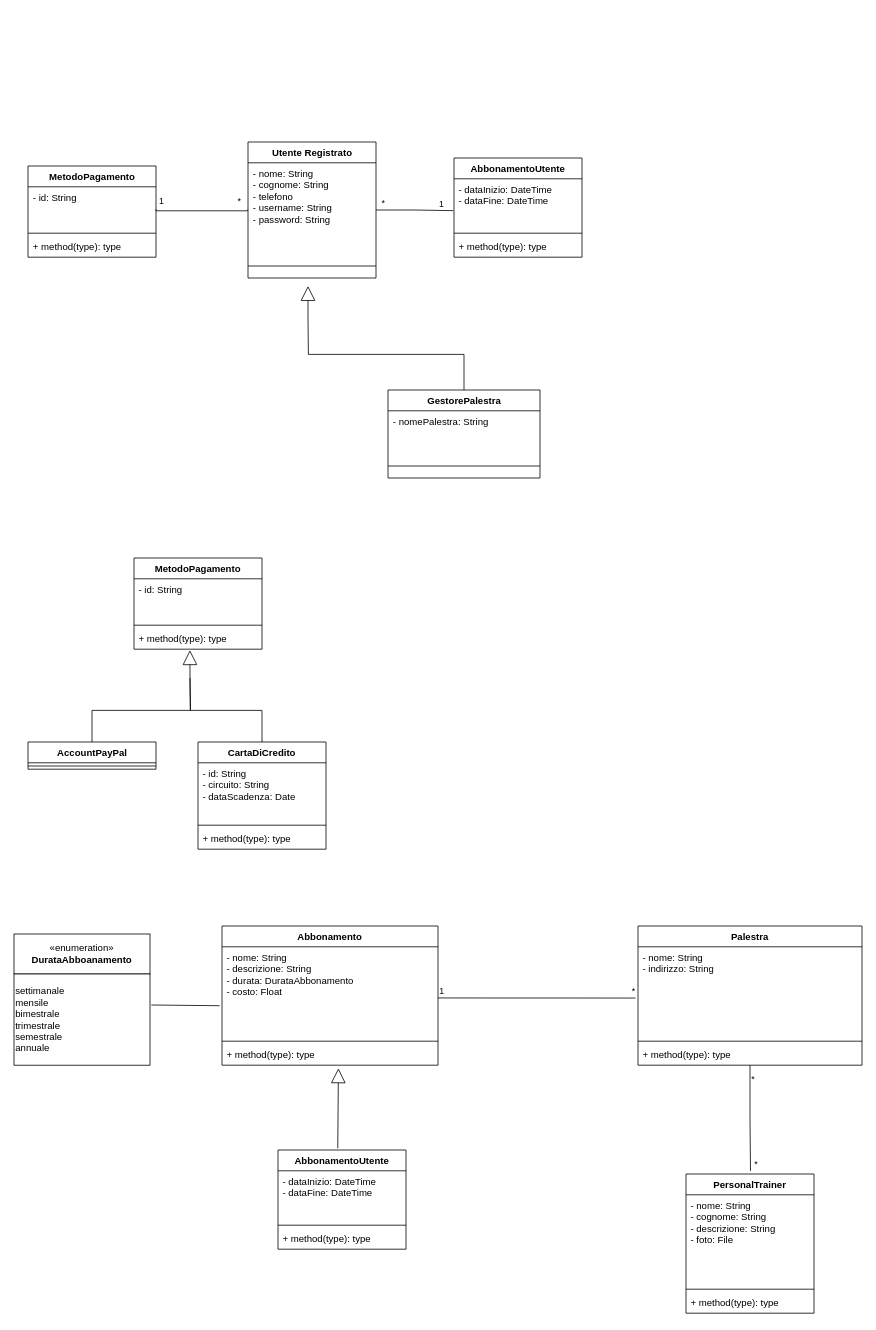
Above: Diagrammi_UML/Utente.drawio in JosephBoom02/Progetto_Ingegneria_del_Software (draw.io), before the change. Source tidied: cells renumbered, new cells numbered last; positions are measured from the earlier drawing's top-left corner, leaving out a move shared by most shapes. Both pictures are drawn from the tidied source at 80%, with x=0, y=0 at pixel (14, 142).
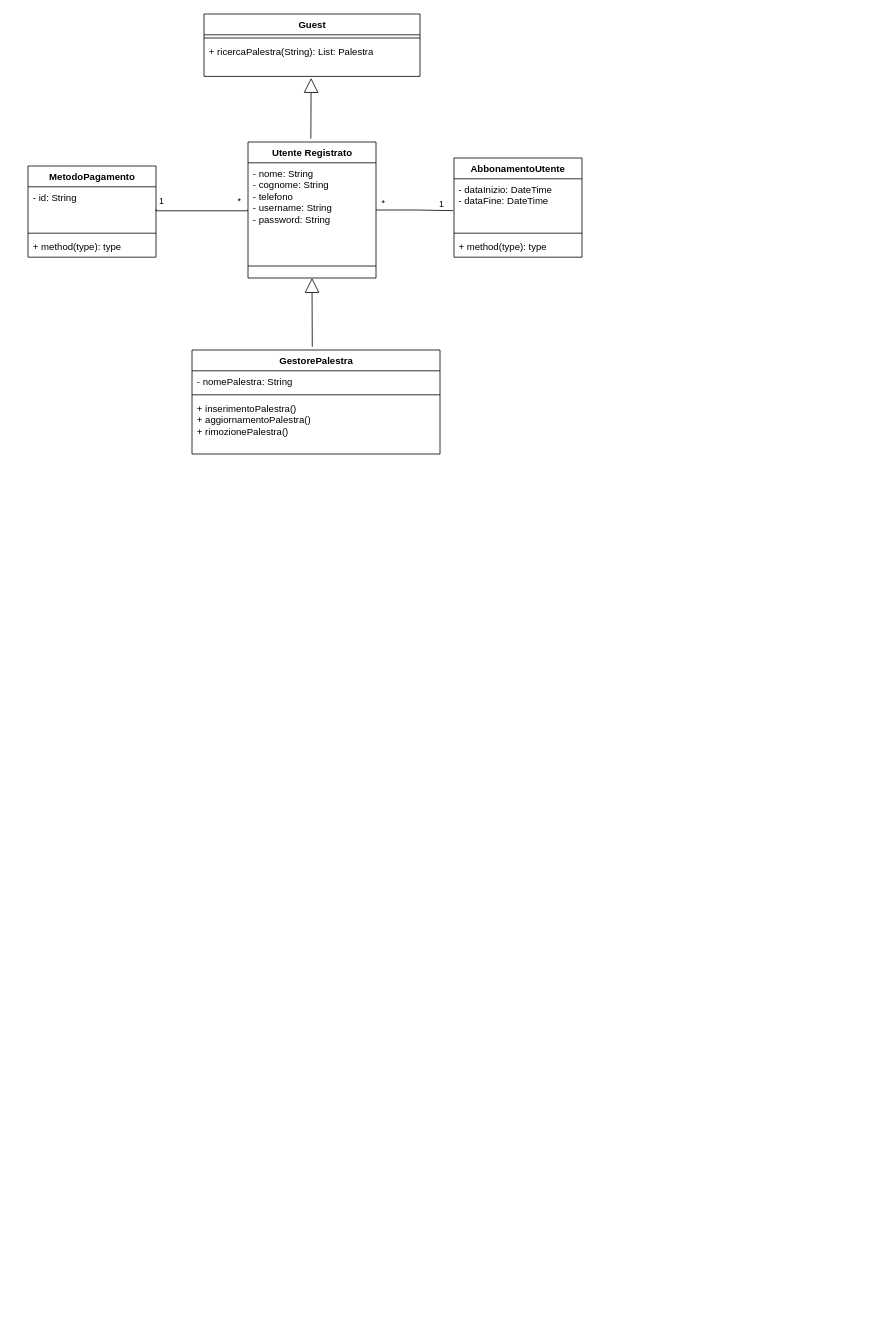
The same page after the edit.

Unchanged cells that the change refers to:
```xml
<mxCell id="2" value="Utente Registrato" style="swimlane;fontStyle=1;align=center;verticalAlign=top;horizontal=1;startSize=26;whiteSpace=wrap;html=1;" parent="1" vertex="1">
  <mxGeometry x="292.5" width="160" height="170" as="geometry" />
</mxCell>
```

Diff of the diagram source:
```diff
@@
-    <mxCell id="5" value="GestorePalestra" style="swimlane;fontStyle=1;align=center;verticalAlign=top;horizontal=1;startSize=26;whiteSpace=wrap;html=1;" parent="1" vertex="1">
-      <mxGeometry x="467.5" y="310" width="190" height="110" as="geometry" />
-    </mxCell>
-    <mxCell id="6" value="- nomePalestra: String&lt;br&gt;&lt;div&gt;&lt;br&gt; &lt;/div&gt;" style="text;strokeColor=none;fillColor=none;align=left;verticalAlign=top;spacingLeft=4;spacingRight=4;overflow=hidden;whiteSpace=wrap;html=1;" parent="5" vertex="1">
-      <mxGeometry y="26" width="190" height="54" as="geometry" />
-    </mxCell>
-    <mxCell id="7" style="line;strokeWidth=1;fillColor=none;align=left;verticalAlign=middle;spacingTop=-1;spacingLeft=3;spacingRight=3;labelPosition=right;strokeColor=inherit;" parent="5" vertex="1">
-      <mxGeometry y="80" width="190" height="30" as="geometry" />
-    </mxCell>
-    <mxCell id="8" style="endArrow=none;html=1;rounded=0;edgeStyle=orthogonalEdgeStyle;exitX=0.5;exitY=0;exitDx=0;exitDy=0;" parent="1" edge="1" source="5">
-      <mxGeometry relative="1" as="geometry">
-        <mxPoint x="367.5" y="220" as="targetPoint" />
-      </mxGeometry>
-    </mxCell>
-    <mxCell id="9" style="endArrow=block;endSize=16;endFill=0;html=1;rounded=0;" parent="1" edge="1">
-      <mxGeometry relative="1" as="geometry">
-        <mxPoint x="367.5" y="220" as="sourcePoint" />
-        <mxPoint x="367.5" y="180" as="targetPoint" />
-      </mxGeometry>
-    </mxCell>
@@
-    <mxCell id="14" value="Abbonamento" style="swimlane;fontStyle=1;align=center;verticalAlign=top;horizontal=1;startSize=26;whiteSpace=wrap;html=1;" parent="1" vertex="1">
-      <mxGeometry x="260" y="980" width="270" height="174" as="geometry" />
-    </mxCell>
-    <mxCell id="15" value="&lt;div&gt;- nome: String&lt;/div&gt;&lt;div&gt;- descrizione: String&lt;/div&gt;&lt;div&gt;- durata: DurataAbbonamento&lt;br&gt;&lt;/div&gt;&lt;div&gt;- costo: Float&lt;br&gt;&lt;/div&gt;" style="text;strokeColor=none;fillColor=none;align=left;verticalAlign=top;spacingLeft=4;spacingRight=4;overflow=hidden;points=[[0,0.5],[1,0.5]];portConstraint=eastwest;whiteSpace=wrap;html=1;" parent="14" vertex="1">
-      <mxGeometry y="26" width="270" height="114" as="geometry" />
-    </mxCell>
-    <mxCell id="16" style="line;strokeWidth=1;fillColor=none;align=left;verticalAlign=middle;spacingTop=-1;spacingLeft=3;spacingRight=3;labelPosition=right;strokeColor=inherit;" parent="14" vertex="1">
-      <mxGeometry y="140" width="270" height="8" as="geometry" />
-    </mxCell>
-    <mxCell id="17" value="+ method(type): type" style="text;strokeColor=none;fillColor=none;align=left;verticalAlign=top;spacingLeft=4;spacingRight=4;overflow=hidden;points=[[0,0.5],[1,0.5]];portConstraint=eastwest;whiteSpace=wrap;html=1;" parent="14" vertex="1">
-      <mxGeometry y="148" width="270" height="26" as="geometry" />
-    </mxCell>
-    <mxCell id="18" value="«enumeration»&lt;br&gt;&lt;b&gt;DurataAbboanamento&lt;/b&gt;" style="html=1;whiteSpace=wrap;" parent="1" vertex="1">
-      <mxGeometry y="990" width="170" height="50" as="geometry" />
-    </mxCell>
-    <mxCell id="19" value="&lt;div align=&quot;left&quot;&gt;settimanale&lt;/div&gt;&lt;div align=&quot;left&quot;&gt;mensile&lt;/div&gt;&lt;div align=&quot;left&quot;&gt;bimestrale&lt;/div&gt;&lt;div align=&quot;left&quot;&gt;trimestrale&lt;/div&gt;&lt;div align=&quot;left&quot;&gt;semestrale&lt;br&gt;&lt;/div&gt;&lt;div align=&quot;left&quot;&gt;annuale&lt;br&gt;&lt;/div&gt;" style="html=1;whiteSpace=wrap;align=left;" parent="1" vertex="1">
-      <mxGeometry y="1040" width="170" height="114" as="geometry" />
-    </mxCell>
-    <mxCell id="20" style="endArrow=none;html=1;rounded=0;entryX=-0.011;entryY=0.646;entryDx=0;entryDy=0;entryPerimeter=0;exitX=1.01;exitY=0.34;exitDx=0;exitDy=0;exitPerimeter=0;" parent="1" edge="1" source="19" target="15">
-      <mxGeometry relative="1" as="geometry" />
-    </mxCell>
@@
-    <mxCell id="24" value="Palestra" style="swimlane;fontStyle=1;align=center;verticalAlign=top;horizontal=1;startSize=26;whiteSpace=wrap;html=1;" parent="1" vertex="1">
-      <mxGeometry x="780" y="980" width="280" height="174" as="geometry" />
-    </mxCell>
-    <mxCell id="25" value="&lt;div&gt;- nome: String&lt;/div&gt;&lt;div&gt;- indirizzo: String&lt;/div&gt;" style="text;strokeColor=none;fillColor=none;align=left;verticalAlign=top;spacingLeft=4;spacingRight=4;overflow=hidden;points=[[0,0.5],[1,0.5]];portConstraint=eastwest;whiteSpace=wrap;html=1;" parent="24" vertex="1">
-      <mxGeometry y="26" width="280" height="114" as="geometry" />
-    </mxCell>
-    <mxCell id="26" style="line;strokeWidth=1;fillColor=none;align=left;verticalAlign=middle;spacingTop=-1;spacingLeft=3;spacingRight=3;labelPosition=right;strokeColor=inherit;" parent="24" vertex="1">
-      <mxGeometry y="140" width="280" height="8" as="geometry" />
-    </mxCell>
-    <mxCell id="27" value="+ method(type): type" style="text;strokeColor=none;fillColor=none;align=left;verticalAlign=top;spacingLeft=4;spacingRight=4;overflow=hidden;whiteSpace=wrap;html=1;" parent="24" vertex="1">
-      <mxGeometry y="148" width="280" height="26" as="geometry" />
-    </mxCell>
-    <mxCell id="28" value="PersonalTrainer" style="swimlane;fontStyle=1;align=center;verticalAlign=top;horizontal=1;startSize=26;whiteSpace=wrap;html=1;" parent="1" vertex="1">
-      <mxGeometry x="840" y="1290" width="160" height="174" as="geometry" />
-    </mxCell>
-    <mxCell id="29" value="&lt;div&gt;- nome: String&lt;/div&gt;&lt;div&gt;- cognome: String&lt;/div&gt;&lt;div&gt;- descrizione: String&lt;/div&gt;&lt;div&gt;- foto: File&lt;br&gt;&lt;/div&gt;" style="text;strokeColor=none;fillColor=none;align=left;verticalAlign=top;spacingLeft=4;spacingRight=4;overflow=hidden;whiteSpace=wrap;html=1;" parent="28" vertex="1">
-      <mxGeometry y="26" width="160" height="114" as="geometry" />
-    </mxCell>
-    <mxCell id="30" style="line;strokeWidth=1;fillColor=none;align=left;verticalAlign=middle;spacingTop=-1;spacingLeft=3;spacingRight=3;labelPosition=right;strokeColor=inherit;" parent="28" vertex="1">
-      <mxGeometry y="140" width="160" height="8" as="geometry" />
-    </mxCell>
-    <mxCell id="31" value="+ method(type): type" style="text;strokeColor=none;fillColor=none;align=left;verticalAlign=top;spacingLeft=4;spacingRight=4;overflow=hidden;whiteSpace=wrap;html=1;" parent="28" vertex="1">
-      <mxGeometry y="148" width="160" height="26" as="geometry" />
-    </mxCell>
-    <mxCell id="32" style="endArrow=none;html=1;edgeStyle=orthogonalEdgeStyle;rounded=0;exitX=0.5;exitY=1;exitDx=0;exitDy=0;entryX=0.504;entryY=-0.022;entryDx=0;entryDy=0;entryPerimeter=0;" parent="1" edge="1" source="24" target="28">
-      <mxGeometry relative="1" as="geometry" />
-    </mxCell>
-    <mxCell id="33" value="*" style="edgeLabel;html=1;align=left;verticalAlign=bottom;" parent="32" vertex="1">
-      <mxGeometry x="-1" relative="1" as="geometry">
-        <mxPoint y="26" as="offset" />
-      </mxGeometry>
-    </mxCell>
-    <mxCell id="34" value="*" style="edgeLabel;html=1;align=right;verticalAlign=bottom;" parent="32" vertex="1">
-      <mxGeometry x="1" relative="1" as="geometry">
-        <mxPoint x="9" as="offset" />
-      </mxGeometry>
-    </mxCell>
-    <mxCell id="35" value="MetodoPagamento" style="swimlane;fontStyle=1;align=center;verticalAlign=top;horizontal=1;startSize=26;whiteSpace=wrap;html=1;" parent="1" vertex="1">
-      <mxGeometry x="150" y="520" width="160" height="114" as="geometry" />
-    </mxCell>
-    <mxCell id="36" value="&lt;div&gt;- id: String&lt;/div&gt;&lt;div&gt;&lt;br&gt;&lt;/div&gt;" style="text;strokeColor=none;fillColor=none;align=left;verticalAlign=top;spacingLeft=4;spacingRight=4;overflow=hidden;whiteSpace=wrap;html=1;" parent="35" vertex="1">
-      <mxGeometry y="26" width="160" height="54" as="geometry" />
-    </mxCell>
-    <mxCell id="37" style="line;strokeWidth=1;fillColor=none;align=left;verticalAlign=middle;spacingTop=-1;spacingLeft=3;spacingRight=3;labelPosition=right;strokeColor=inherit;" parent="35" vertex="1">
-      <mxGeometry y="80" width="160" height="8" as="geometry" />
-    </mxCell>
-    <mxCell id="38" value="+ method(type): type" style="text;strokeColor=none;fillColor=none;align=left;verticalAlign=top;spacingLeft=4;spacingRight=4;overflow=hidden;points=[[0,0.5],[1,0.5]];portConstraint=eastwest;whiteSpace=wrap;html=1;" parent="35" vertex="1">
-      <mxGeometry y="88" width="160" height="26" as="geometry" />
-    </mxCell>
-    <mxCell id="39" value="AccountPayPal" style="swimlane;fontStyle=1;align=center;verticalAlign=top;horizontal=1;startSize=26;whiteSpace=wrap;html=1;" parent="1" vertex="1">
-      <mxGeometry x="17.5" y="750" width="160" height="34" as="geometry" />
-    </mxCell>
-    <mxCell id="40" style="line;strokeWidth=1;fillColor=none;align=left;verticalAlign=middle;spacingTop=-1;spacingLeft=3;spacingRight=3;labelPosition=right;strokeColor=inherit;" parent="39" vertex="1">
-      <mxGeometry y="26" width="160" height="8" as="geometry" />
-    </mxCell>
-    <mxCell id="41" value="CartaDiCredito" style="swimlane;fontStyle=1;align=center;verticalAlign=top;horizontal=1;startSize=26;whiteSpace=wrap;html=1;" parent="1" vertex="1">
-      <mxGeometry x="230" y="750" width="160" height="134" as="geometry" />
-    </mxCell>
-    <mxCell id="42" value="&lt;div&gt;- id: String&lt;/div&gt;&lt;div&gt;- circuito: String&lt;/div&gt;&lt;div&gt;- dataScadenza: Date&lt;br&gt;&lt;/div&gt;&lt;div&gt;&lt;br&gt;&lt;/div&gt;" style="text;strokeColor=none;fillColor=none;align=left;verticalAlign=top;spacingLeft=4;spacingRight=4;overflow=hidden;whiteSpace=wrap;html=1;" parent="41" vertex="1">
-      <mxGeometry y="26" width="160" height="74" as="geometry" />
-    </mxCell>
-    <mxCell id="43" style="line;strokeWidth=1;fillColor=none;align=left;verticalAlign=middle;spacingTop=-1;spacingLeft=3;spacingRight=3;labelPosition=right;strokeColor=inherit;" parent="41" vertex="1">
-      <mxGeometry y="100" width="160" height="8" as="geometry" />
-    </mxCell>
-    <mxCell id="44" value="+ method(type): type" style="text;strokeColor=none;fillColor=none;align=left;verticalAlign=top;spacingLeft=4;spacingRight=4;overflow=hidden;whiteSpace=wrap;html=1;" parent="41" vertex="1">
-      <mxGeometry y="108" width="160" height="26" as="geometry" />
-    </mxCell>
-    <mxCell id="45" style="endArrow=none;html=1;rounded=0;edgeStyle=orthogonalEdgeStyle;exitX=0.5;exitY=0;exitDx=0;exitDy=0;" parent="1" edge="1" source="39">
-      <mxGeometry relative="1" as="geometry">
-        <mxPoint x="220" y="670" as="targetPoint" />
-      </mxGeometry>
-    </mxCell>
-    <mxCell id="46" style="endArrow=none;html=1;rounded=0;edgeStyle=orthogonalEdgeStyle;exitX=0.5;exitY=0;exitDx=0;exitDy=0;" parent="1" edge="1" source="41">
-      <mxGeometry relative="1" as="geometry">
-        <mxPoint x="220" y="670" as="targetPoint" />
-      </mxGeometry>
-    </mxCell>
-    <mxCell id="47" style="endArrow=block;endSize=16;endFill=0;html=1;rounded=0;entryX=0.437;entryY=1.047;entryDx=0;entryDy=0;entryPerimeter=0;" parent="1" edge="1" target="38">
-      <mxGeometry relative="1" as="geometry">
-        <mxPoint x="220" y="670" as="sourcePoint" />
-      </mxGeometry>
-    </mxCell>
@@
-    <mxCell id="55" value="AbbonamentoUtente" style="swimlane;fontStyle=1;align=center;verticalAlign=top;horizontal=1;startSize=26;whiteSpace=wrap;html=1;" parent="1" vertex="1">
-      <mxGeometry x="330" y="1260" width="160" height="124" as="geometry" />
-    </mxCell>
-    <mxCell id="56" value="&lt;div&gt;- dataInizio: DateTime&lt;/div&gt;&lt;div&gt;- dataFine: DateTime&lt;/div&gt;" style="text;strokeColor=none;fillColor=none;align=left;verticalAlign=top;spacingLeft=4;spacingRight=4;overflow=hidden;whiteSpace=wrap;html=1;" parent="55" vertex="1">
-      <mxGeometry y="26" width="160" height="64" as="geometry" />
-    </mxCell>
-    <mxCell id="57" style="line;strokeWidth=1;fillColor=none;align=left;verticalAlign=middle;spacingTop=-1;spacingLeft=3;spacingRight=3;labelPosition=right;strokeColor=inherit;" parent="55" vertex="1">
-      <mxGeometry y="90" width="160" height="8" as="geometry" />
-    </mxCell>
-    <mxCell id="58" value="+ method(type): type" style="text;strokeColor=none;fillColor=none;align=left;verticalAlign=top;spacingLeft=4;spacingRight=4;overflow=hidden;whiteSpace=wrap;html=1;" parent="55" vertex="1">
-      <mxGeometry y="98" width="160" height="26" as="geometry" />
-    </mxCell>
-    <mxCell id="59" style="endArrow=block;endSize=16;endFill=0;html=1;rounded=0;exitX=0.467;exitY=-0.017;exitDx=0;exitDy=0;exitPerimeter=0;entryX=0.539;entryY=1.149;entryDx=0;entryDy=0;entryPerimeter=0;" parent="1" edge="1" source="55" target="17">
-      <mxGeometry relative="1" as="geometry" />
-    </mxCell>
-    <mxCell id="60" style="endArrow=none;html=1;edgeStyle=orthogonalEdgeStyle;rounded=0;exitX=1;exitY=0.561;exitDx=0;exitDy=0;exitPerimeter=0;entryX=-0.011;entryY=0.562;entryDx=0;entryDy=0;entryPerimeter=0;" parent="1" edge="1" source="15" target="25">
-      <mxGeometry relative="1" as="geometry" />
-    </mxCell>
-    <mxCell id="61" value="1" style="edgeLabel;html=1;align=left;verticalAlign=bottom;" parent="60" vertex="1">
-      <mxGeometry x="-1" relative="1" as="geometry" />
-    </mxCell>
-    <mxCell id="62" value="*" style="edgeLabel;html=1;align=right;verticalAlign=bottom;" parent="60" vertex="1">
-      <mxGeometry x="1" relative="1" as="geometry" />
-    </mxCell>
+    <mxCell id="63" style="endArrow=block;endSize=16;endFill=0;html=1;rounded=0;exitX=0.485;exitY=-0.031;exitDx=0;exitDy=0;exitPerimeter=0;entryX=0.5;entryY=1;entryDx=0;entryDy=0;" parent="1" edge="1" source="5" target="2">
+      <mxGeometry relative="1" as="geometry" />
+    </mxCell>
+    <mxCell id="64" style="endArrow=block;endSize=16;endFill=0;html=1;rounded=0;exitX=0.491;exitY=-0.025;exitDx=0;exitDy=0;exitPerimeter=0;entryX=0.496;entryY=1.045;entryDx=0;entryDy=0;entryPerimeter=0;" parent="1" edge="1" source="2" target="67">
+      <mxGeometry relative="1" as="geometry" />
+    </mxCell>
+    <mxCell id="65" value="&lt;div&gt;Guest&lt;/div&gt;&lt;div&gt;&lt;br&gt;&lt;/div&gt;" style="swimlane;fontStyle=1;align=center;verticalAlign=top;horizontal=1;startSize=26;whiteSpace=wrap;html=1;" parent="1" vertex="1">
+      <mxGeometry x="237.5" y="-160" width="270" height="78" as="geometry" />
+    </mxCell>
+    <mxCell id="66" style="line;strokeWidth=1;fillColor=none;align=left;verticalAlign=middle;spacingTop=-1;spacingLeft=3;spacingRight=3;labelPosition=right;strokeColor=inherit;" parent="65" vertex="1">
+      <mxGeometry y="26" width="270" height="8" as="geometry" />
+    </mxCell>
+    <mxCell id="67" value="&lt;div&gt;+ ricercaPalestra(String): List: Palestra&lt;/div&gt;" style="text;strokeColor=none;fillColor=none;align=left;verticalAlign=top;spacingLeft=4;spacingRight=4;overflow=hidden;points=[[0,0.5],[1,0.5]];portConstraint=eastwest;whiteSpace=wrap;html=1;" parent="65" vertex="1">
+      <mxGeometry y="34" width="270" height="44" as="geometry" />
+    </mxCell>
+    <mxCell id="5" value="GestorePalestra" style="swimlane;fontStyle=1;align=center;verticalAlign=top;horizontal=1;startSize=26;whiteSpace=wrap;html=1;" parent="1" vertex="1">
+      <mxGeometry x="222.5" y="260" width="310" height="130" as="geometry" />
+    </mxCell>
+    <mxCell id="6" value="- nomePalestra: String" style="text;strokeColor=none;fillColor=none;align=left;verticalAlign=top;spacingLeft=4;spacingRight=4;overflow=hidden;whiteSpace=wrap;html=1;" parent="5" vertex="1">
+      <mxGeometry y="26" width="310" height="26" as="geometry" />
+    </mxCell>
+    <mxCell id="68" style="line;strokeWidth=1;fillColor=none;align=left;verticalAlign=middle;spacingTop=-1;spacingLeft=3;spacingRight=3;labelPosition=right;strokeColor=inherit;" parent="5" vertex="1">
+      <mxGeometry y="52" width="310" height="8" as="geometry" />
+    </mxCell>
+    <mxCell id="69" value="&lt;div&gt;+ inserimentoPalestra()&lt;/div&gt;&lt;div&gt;+ aggiornamentoPalestra()&lt;/div&gt;&lt;div&gt;+ rimozionePalestra()&lt;br&gt;&lt;/div&gt;" style="text;strokeColor=none;fillColor=none;align=left;verticalAlign=top;spacingLeft=4;spacingRight=4;overflow=hidden;whiteSpace=wrap;html=1;" parent="5" vertex="1">
+      <mxGeometry y="60" width="310" height="70" as="geometry" />
+    </mxCell>
```
